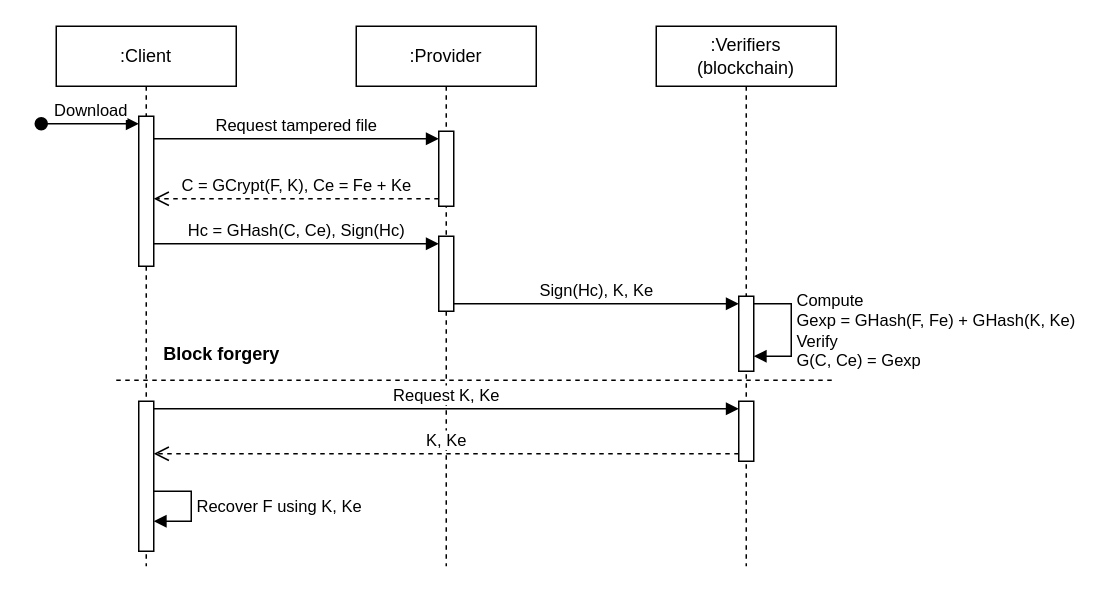
The draw.io diagram docs/diagrams/homhash-improved-pdpr-seq.drawio in titosilva/drmchain-pos, before the edit. Source tidied: cells renumbered, new cells numbered last; positions are measured from the earlier drawing's top-left corner, leaving out a move shared by most shapes. Both pictures are drawn from the tidied source at 150%, with x=0, y=0 at pixel (40, 26).
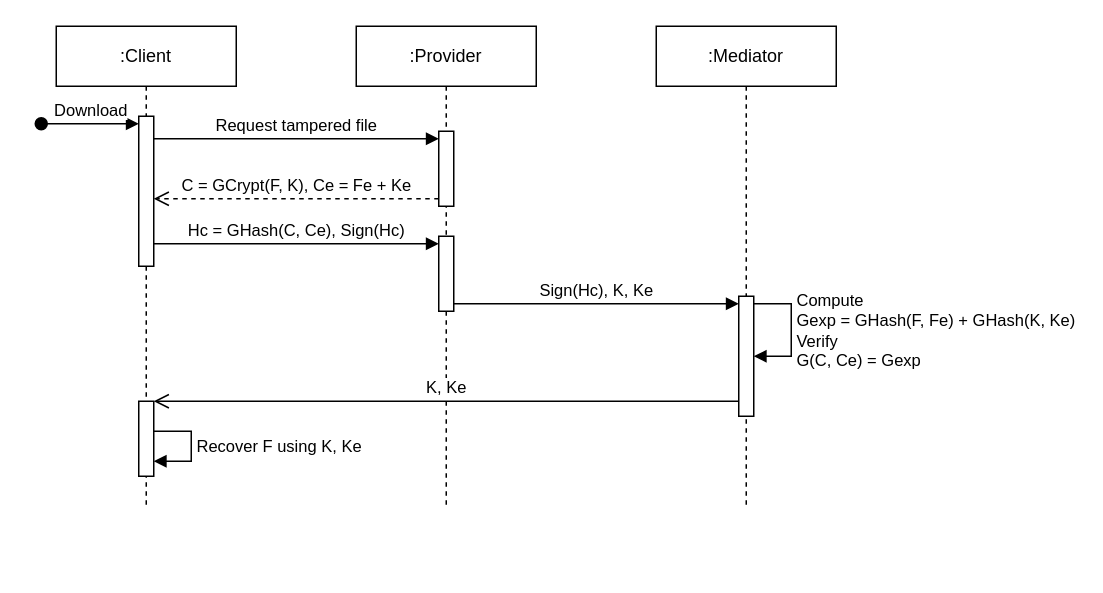
The same page after the edit.

What changed in the source:
```diff
@@
     <mxCell id="2" value=":Provider" style="shape=umlLifeline;perimeter=lifelinePerimeter;whiteSpace=wrap;html=1;newEdgeStyle={&quot;edgeStyle&quot;:&quot;elbowEdgeStyle&quot;,&quot;elbow&quot;:&quot;vertical&quot;,&quot;curved&quot;:0,&quot;rounded&quot;:0};" parent="1" vertex="1">
-      <mxGeometry x="210" width="120" height="360" as="geometry" />
+      <mxGeometry x="210" width="120" height="320" as="geometry" />
     </mxCell>
@@
     <mxCell id="5" value=":Client" style="shape=umlLifeline;perimeter=lifelinePerimeter;whiteSpace=wrap;html=1;newEdgeStyle={&quot;edgeStyle&quot;:&quot;elbowEdgeStyle&quot;,&quot;elbow&quot;:&quot;vertical&quot;,&quot;curved&quot;:0,&quot;rounded&quot;:0};" parent="1" vertex="1">
-      <mxGeometry x="10" width="120" height="360" as="geometry" />
+      <mxGeometry x="10" width="120" height="320" as="geometry" />
     </mxCell>
@@
-    <mxCell id="7" value=":Verifiers&lt;br&gt;(blockchain)" style="shape=umlLifeline;perimeter=lifelinePerimeter;whiteSpace=wrap;html=1;newEdgeStyle={&quot;edgeStyle&quot;:&quot;elbowEdgeStyle&quot;,&quot;elbow&quot;:&quot;vertical&quot;,&quot;curved&quot;:0,&quot;rounded&quot;:0};" parent="1" vertex="1">
-      <mxGeometry x="410" width="120" height="360" as="geometry" />
+    <mxCell id="7" value=":Mediator" style="shape=umlLifeline;perimeter=lifelinePerimeter;whiteSpace=wrap;html=1;newEdgeStyle={&quot;edgeStyle&quot;:&quot;elbowEdgeStyle&quot;,&quot;elbow&quot;:&quot;vertical&quot;,&quot;curved&quot;:0,&quot;rounded&quot;:0};" parent="1" vertex="1">
+      <mxGeometry x="410" width="120" height="320" as="geometry" />
     </mxCell>
     <mxCell id="8" style="html=1;points=[[0,0,0,0,5],[0,1,0,0,-5],[1,0,0,0,5],[1,1,0,0,-5]];perimeter=orthogonalPerimeter;outlineConnect=0;targetShapes=umlLifeline;portConstraint=eastwest;newEdgeStyle={&quot;curved&quot;:0,&quot;rounded&quot;:0};" parent="7" vertex="1">
-      <mxGeometry x="55" y="180" width="10" height="50" as="geometry" />
+      <mxGeometry x="55" y="180" width="10" height="80" as="geometry" />
     </mxCell>
@@
-    <mxCell id="10" style="html=1;points=[[0,0,0,0,5],[0,1,0,0,-5],[1,0,0,0,5],[1,1,0,0,-5]];perimeter=orthogonalPerimeter;outlineConnect=0;targetShapes=umlLifeline;portConstraint=eastwest;newEdgeStyle={&quot;curved&quot;:0,&quot;rounded&quot;:0};" parent="7" vertex="1">
-      <mxGeometry x="55" y="250" width="10" height="40" as="geometry" />
-    </mxCell>
@@
-    <mxCell id="16" style="line;strokeWidth=1;fillColor=none;align=left;verticalAlign=middle;spacingTop=-1;spacingLeft=3;spacingRight=3;labelPosition=right;strokeColor=inherit;dashed=1;" parent="1" vertex="1">
-      <mxGeometry x="50" y="232" width="480" height="8" as="geometry" />
-    </mxCell>
-    <mxCell id="17" value="Block forgery" style="text;align=center;fontStyle=1;verticalAlign=middle;spacingLeft=3;spacingRight=3;strokeColor=none;html=1;" parent="1" vertex="1">
-      <mxGeometry x="80" y="206" width="80" height="26" as="geometry" />
-    </mxCell>
-    <mxCell id="18" value="Request K, Ke" style="html=1;verticalAlign=bottom;endArrow=block;curved=0;rounded=0;entryX=0;entryY=0;entryDx=0;entryDy=5;exitX=1;exitY=0;exitDx=0;exitDy=5;exitPerimeter=0;" parent="1" edge="1" source="19" target="10">
-      <mxGeometry relative="1" as="geometry" />
-    </mxCell>
     <mxCell id="19" style="html=1;points=[[0,0,0,0,5],[0,1,0,0,-5],[1,0,0,0,5],[1,1,0,0,-5]];perimeter=orthogonalPerimeter;outlineConnect=0;targetShapes=umlLifeline;portConstraint=eastwest;newEdgeStyle={&quot;curved&quot;:0,&quot;rounded&quot;:0};" parent="1" vertex="1">
-      <mxGeometry x="65" y="250" width="10" height="100" as="geometry" />
+      <mxGeometry x="65" y="250" width="10" height="50" as="geometry" />
     </mxCell>
-    <mxCell id="20" value="K, Ke" style="html=1;verticalAlign=bottom;endArrow=open;dashed=1;endSize=8;curved=0;rounded=0;exitX=0;exitY=1;exitDx=0;exitDy=-5;" parent="1" edge="1" source="10" target="19">
-      <mxGeometry relative="1" as="geometry" />
+    <mxCell id="20" value="K, Ke" style="html=1;verticalAlign=bottom;endArrow=open;endSize=8;curved=0;rounded=0;exitX=0;exitY=1;exitDx=0;exitDy=-5;" parent="1" edge="1">
+      <mxGeometry relative="1" as="geometry">
+        <mxPoint x="465" y="250" as="sourcePoint" />
+        <mxPoint x="75" y="250" as="targetPoint" />
+      </mxGeometry>
     </mxCell>
     <mxCell id="21" value="Recover F using K, Ke" style="html=1;align=left;spacingLeft=2;endArrow=block;rounded=0;edgeStyle=orthogonalEdgeStyle;curved=0;rounded=0;" parent="1" edge="1">
       <mxGeometry relative="1" as="geometry">
-        <mxPoint x="75" y="310" as="sourcePoint" />
-        <mxPoint x="75" y="330" as="targetPoint" />
+        <mxPoint x="75" y="270" as="sourcePoint" />
+        <mxPoint x="75" y="290" as="targetPoint" />
         <Array as="points">
-          <mxPoint x="100" y="310" />
-          <mxPoint x="100" y="330" />
+          <mxPoint x="100" y="270" />
+          <mxPoint x="100" y="290" />
         </Array>
       </mxGeometry>
     </mxCell>
```
